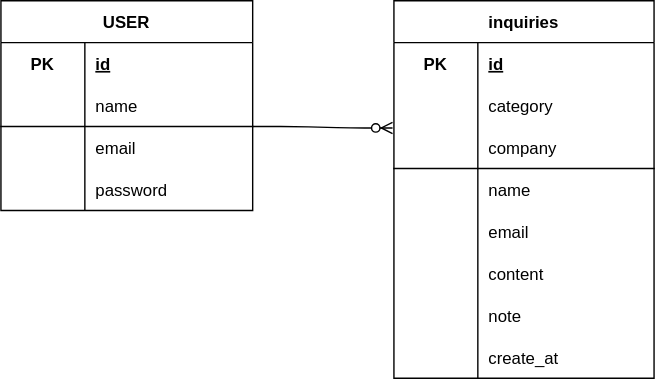
Before: ER.drawio.svg, a diagram exported from draw.io (uchida1010/mail-sending-system). Source tidied: cells renumbered, new cells last; positions are measured from the earlier drawing's top-left corner, leaving out a move shared by most shapes. The source it was exported from:
```xml
<mxGraphModel>
  <root>
    <mxCell id="0" />
    <mxCell id="1" parent="0" />
    <mxCell id="2" value="USER" style="shape=table;startSize=30;rowLines=0;fontStyle=1;align=center;" parent="1" vertex="1">
      <mxGeometry width="180" height="150" as="geometry" />
    </mxCell>
    <mxCell id="3" style="shape=tableRow;horizontal=0;startSize=0;swimlaneHead=0;swimlaneBody=0;fillColor=none;top=0;left=0;right=0;bottom=0;" parent="2" vertex="1">
      <mxGeometry y="30" width="180" height="30" as="geometry" />
    </mxCell>
    <mxCell id="4" value="PK" style="shape=partialRectangle;fillColor=none;top=0;left=0;bottom=0;right=0;fontStyle=1;overflow=hidden;" parent="3" vertex="1">
      <mxGeometry width="60" height="30" as="geometry" />
    </mxCell>
    <mxCell id="5" value="id" style="shape=partialRectangle;fillColor=none;top=0;left=0;bottom=0;right=0;align=left;spacingLeft=6;fontStyle=5;overflow=hidden;" parent="3" vertex="1">
      <mxGeometry x="60" width="120" height="30" as="geometry" />
    </mxCell>
    <mxCell id="6" style="shape=tableRow;horizontal=0;startSize=0;swimlaneHead=0;swimlaneBody=0;fillColor=none;top=0;left=0;right=0;bottom=1;" parent="2" vertex="1">
      <mxGeometry y="60" width="180" height="30" as="geometry" />
    </mxCell>
    <mxCell id="7" style="shape=partialRectangle;fillColor=none;top=0;left=0;bottom=0;right=0;fontStyle=1;overflow=hidden;fontColor=default;" parent="6" vertex="1">
      <mxGeometry width="60" height="30" as="geometry" />
    </mxCell>
    <mxCell id="8" value="name" style="shape=partialRectangle;fillColor=none;top=0;left=0;bottom=0;right=0;align=left;spacingLeft=6;fontStyle=0;overflow=hidden;strokeColor=default;" parent="6" vertex="1">
      <mxGeometry x="60" width="120" height="30" as="geometry" />
    </mxCell>
    <mxCell id="9" style="shape=tableRow;horizontal=0;startSize=0;swimlaneHead=0;swimlaneBody=0;fillColor=none;top=0;left=0;right=0;bottom=0;" parent="2" vertex="1">
      <mxGeometry y="90" width="180" height="30" as="geometry" />
    </mxCell>
    <mxCell id="10" style="shape=partialRectangle;fillColor=none;top=0;left=0;bottom=0;right=0;overflow=hidden;" parent="9" vertex="1">
      <mxGeometry width="60" height="30" as="geometry" />
    </mxCell>
    <mxCell id="11" value="email" style="shape=partialRectangle;fillColor=none;top=0;left=0;bottom=0;right=0;align=left;spacingLeft=6;overflow=hidden;" parent="9" vertex="1">
      <mxGeometry x="60" width="120" height="30" as="geometry" />
    </mxCell>
    <mxCell id="12" style="shape=tableRow;horizontal=0;startSize=0;swimlaneHead=0;swimlaneBody=0;fillColor=none;top=0;left=0;right=0;bottom=0;" parent="2" vertex="1">
      <mxGeometry y="120" width="180" height="30" as="geometry" />
    </mxCell>
    <mxCell id="13" style="shape=partialRectangle;fillColor=none;top=0;left=0;bottom=0;right=0;overflow=hidden;" parent="12" vertex="1">
      <mxGeometry width="60" height="30" as="geometry" />
    </mxCell>
    <mxCell id="14" value="password" style="shape=partialRectangle;fillColor=none;top=0;left=0;bottom=0;right=0;align=left;spacingLeft=6;overflow=hidden;" parent="12" vertex="1">
      <mxGeometry x="60" width="120" height="30" as="geometry" />
    </mxCell>
    <mxCell id="15" style="edgeStyle=entityRelationEdgeStyle;fontSize=12;html=1;endArrow=ERzeroToMany;endFill=1;fontColor=default;" parent="1" edge="1">
      <mxGeometry relative="1" as="geometry">
        <mxPoint x="180" y="90" as="sourcePoint" />
        <mxPoint x="280" y="91" as="targetPoint" />
      </mxGeometry>
    </mxCell>
    <mxCell id="16" value="inquiries" style="shape=table;startSize=30;rowLines=0;fontStyle=1;align=center;" parent="1" vertex="1">
      <mxGeometry x="281" width="186" height="270" as="geometry" />
    </mxCell>
    <mxCell id="17" style="shape=tableRow;horizontal=0;startSize=0;swimlaneHead=0;swimlaneBody=0;fillColor=none;top=0;left=0;right=0;bottom=0;" parent="16" vertex="1">
      <mxGeometry y="30" width="186" height="30" as="geometry" />
    </mxCell>
    <mxCell id="18" value="PK" style="shape=partialRectangle;fillColor=none;top=0;left=0;bottom=0;right=0;fontStyle=1;overflow=hidden;" parent="17" vertex="1">
      <mxGeometry width="60" height="30" as="geometry" />
    </mxCell>
    <mxCell id="19" value="id" style="shape=partialRectangle;fillColor=none;top=0;left=0;bottom=0;right=0;align=left;spacingLeft=6;fontStyle=5;overflow=hidden;" parent="17" vertex="1">
      <mxGeometry x="60" width="126" height="30" as="geometry" />
    </mxCell>
    <mxCell id="20" style="shape=tableRow;horizontal=0;startSize=0;swimlaneHead=0;swimlaneBody=0;fillColor=none;top=0;left=0;right=0;bottom=0;" parent="16" vertex="1">
      <mxGeometry y="60" width="186" height="30" as="geometry" />
    </mxCell>
    <mxCell id="21" style="shape=partialRectangle;fillColor=none;top=0;left=0;bottom=0;right=0;fontStyle=1;overflow=hidden;" parent="20" vertex="1">
      <mxGeometry width="60" height="30" as="geometry" />
    </mxCell>
    <mxCell id="22" value="category" style="shape=partialRectangle;fillColor=none;top=0;left=0;bottom=0;right=0;align=left;spacingLeft=6;fontStyle=0;overflow=hidden;" parent="20" vertex="1">
      <mxGeometry x="60" width="126" height="30" as="geometry" />
    </mxCell>
    <mxCell id="23" style="shape=tableRow;horizontal=0;startSize=0;swimlaneHead=0;swimlaneBody=0;fillColor=none;top=0;left=0;right=0;bottom=1;" parent="16" vertex="1">
      <mxGeometry y="90" width="186" height="30" as="geometry" />
    </mxCell>
    <mxCell id="24" style="shape=partialRectangle;fillColor=none;top=0;left=0;bottom=0;right=0;fontStyle=1;overflow=hidden;fontColor=default;" parent="23" vertex="1">
      <mxGeometry width="60" height="30" as="geometry" />
    </mxCell>
    <mxCell id="25" value="company" style="shape=partialRectangle;fillColor=none;top=0;left=0;bottom=0;right=0;align=left;spacingLeft=6;fontStyle=0;overflow=hidden;strokeColor=default;" parent="23" vertex="1">
      <mxGeometry x="60" width="126" height="30" as="geometry" />
    </mxCell>
    <mxCell id="26" style="shape=tableRow;horizontal=0;startSize=0;swimlaneHead=0;swimlaneBody=0;fillColor=none;top=0;left=0;right=0;bottom=0;" parent="16" vertex="1">
      <mxGeometry y="120" width="186" height="30" as="geometry" />
    </mxCell>
    <mxCell id="27" style="shape=partialRectangle;fillColor=none;top=0;left=0;bottom=0;right=0;overflow=hidden;" parent="26" vertex="1">
      <mxGeometry width="60" height="30" as="geometry" />
    </mxCell>
    <mxCell id="28" value="name" style="shape=partialRectangle;fillColor=none;top=0;left=0;bottom=0;right=0;align=left;spacingLeft=6;overflow=hidden;" parent="26" vertex="1">
      <mxGeometry x="60" width="126" height="30" as="geometry" />
    </mxCell>
    <mxCell id="29" style="shape=tableRow;horizontal=0;startSize=0;swimlaneHead=0;swimlaneBody=0;fillColor=none;top=0;left=0;right=0;bottom=0;" parent="16" vertex="1">
      <mxGeometry y="150" width="186" height="30" as="geometry" />
    </mxCell>
    <mxCell id="30" style="shape=partialRectangle;fillColor=none;top=0;left=0;bottom=0;right=0;overflow=hidden;" parent="29" vertex="1">
      <mxGeometry width="60" height="30" as="geometry" />
    </mxCell>
    <mxCell id="31" value="email" style="shape=partialRectangle;fillColor=none;top=0;left=0;bottom=0;right=0;align=left;spacingLeft=6;overflow=hidden;" parent="29" vertex="1">
      <mxGeometry x="60" width="126" height="30" as="geometry" />
    </mxCell>
    <mxCell id="32" style="shape=tableRow;horizontal=0;startSize=0;swimlaneHead=0;swimlaneBody=0;fillColor=none;top=0;left=0;right=0;bottom=0;" parent="16" vertex="1">
      <mxGeometry y="180" width="186" height="30" as="geometry" />
    </mxCell>
    <mxCell id="33" style="shape=partialRectangle;fillColor=none;top=0;left=0;bottom=0;right=0;overflow=hidden;" parent="32" vertex="1">
      <mxGeometry width="60" height="30" as="geometry" />
    </mxCell>
    <mxCell id="34" value="content" style="shape=partialRectangle;fillColor=none;top=0;left=0;bottom=0;right=0;align=left;spacingLeft=6;overflow=hidden;" parent="32" vertex="1">
      <mxGeometry x="60" width="126" height="30" as="geometry" />
    </mxCell>
    <mxCell id="35" style="shape=tableRow;horizontal=0;startSize=0;swimlaneHead=0;swimlaneBody=0;fillColor=none;top=0;left=0;right=0;bottom=0;" parent="16" vertex="1">
      <mxGeometry y="210" width="186" height="30" as="geometry" />
    </mxCell>
    <mxCell id="36" style="shape=partialRectangle;fillColor=none;top=0;left=0;bottom=0;right=0;overflow=hidden;" parent="35" vertex="1">
      <mxGeometry width="60" height="30" as="geometry" />
    </mxCell>
    <mxCell id="37" value="note" style="shape=partialRectangle;fillColor=none;top=0;left=0;bottom=0;right=0;align=left;spacingLeft=6;overflow=hidden;" parent="35" vertex="1">
      <mxGeometry x="60" width="126" height="30" as="geometry" />
    </mxCell>
    <mxCell id="38" style="shape=tableRow;horizontal=0;startSize=0;swimlaneHead=0;swimlaneBody=0;fillColor=none;top=0;left=0;right=0;bottom=0;" parent="16" vertex="1">
      <mxGeometry y="240" width="186" height="30" as="geometry" />
    </mxCell>
    <mxCell id="39" style="shape=partialRectangle;fillColor=none;top=0;left=0;bottom=0;right=0;overflow=hidden;" parent="38" vertex="1">
      <mxGeometry width="60" height="30" as="geometry" />
    </mxCell>
    <mxCell id="40" value="create_at" style="shape=partialRectangle;fillColor=none;top=0;left=0;bottom=0;right=0;align=left;spacingLeft=6;overflow=hidden;" parent="38" vertex="1">
      <mxGeometry x="60" width="126" height="30" as="geometry" />
    </mxCell>
  </root>
</mxGraphModel>
```
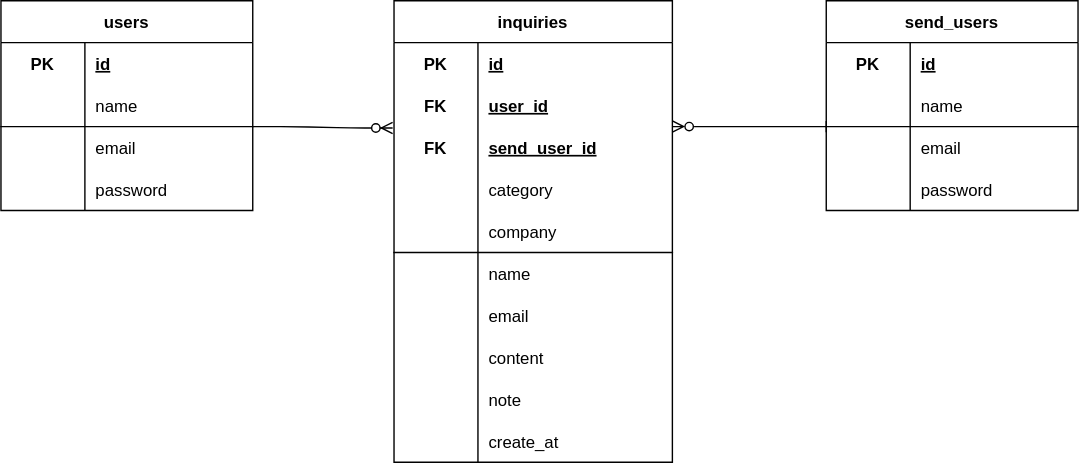
The same diagram one commit later.

Change to the diagram source:
```diff
@@ -2,7 +2,7 @@
   <root>
     <mxCell id="0" />
     <mxCell id="1" parent="0" />
-    <mxCell id="2" value="USER" style="shape=table;startSize=30;rowLines=0;fontStyle=1;align=center;" parent="1" vertex="1">
+    <mxCell id="2" value="users" style="shape=table;startSize=30;rowLines=0;fontStyle=1;align=center;" parent="1" vertex="1">
       <mxGeometry width="180" height="150" as="geometry" />
     </mxCell>
     <mxCell id="3" style="shape=tableRow;horizontal=0;startSize=0;swimlaneHead=0;swimlaneBody=0;fillColor=none;top=0;left=0;right=0;bottom=0;" parent="2" vertex="1">
@@ -48,79 +48,142 @@
       </mxGeometry>
     </mxCell>
     <mxCell id="16" value="inquiries" style="shape=table;startSize=30;rowLines=0;fontStyle=1;align=center;" parent="1" vertex="1">
-      <mxGeometry x="281" width="186" height="270" as="geometry" />
+      <mxGeometry x="281" width="199" height="330" as="geometry" />
     </mxCell>
     <mxCell id="17" style="shape=tableRow;horizontal=0;startSize=0;swimlaneHead=0;swimlaneBody=0;fillColor=none;top=0;left=0;right=0;bottom=0;" parent="16" vertex="1">
-      <mxGeometry y="30" width="186" height="30" as="geometry" />
+      <mxGeometry y="30" width="199" height="30" as="geometry" />
     </mxCell>
     <mxCell id="18" value="PK" style="shape=partialRectangle;fillColor=none;top=0;left=0;bottom=0;right=0;fontStyle=1;overflow=hidden;" parent="17" vertex="1">
       <mxGeometry width="60" height="30" as="geometry" />
     </mxCell>
     <mxCell id="19" value="id" style="shape=partialRectangle;fillColor=none;top=0;left=0;bottom=0;right=0;align=left;spacingLeft=6;fontStyle=5;overflow=hidden;" parent="17" vertex="1">
-      <mxGeometry x="60" width="126" height="30" as="geometry" />
+      <mxGeometry x="60" width="139" height="30" as="geometry" />
     </mxCell>
+    <mxCell id="41" style="shape=tableRow;horizontal=0;startSize=0;swimlaneHead=0;swimlaneBody=0;fillColor=none;top=0;left=0;right=0;bottom=0;" parent="16" vertex="1">
+      <mxGeometry y="60" width="199" height="30" as="geometry" />
+    </mxCell>
+    <mxCell id="42" value="FK" style="shape=partialRectangle;fillColor=none;top=0;left=0;bottom=0;right=0;fontStyle=1;overflow=hidden;" parent="41" vertex="1">
+      <mxGeometry width="60" height="30" as="geometry" />
+    </mxCell>
+    <mxCell id="43" value="user_id" style="shape=partialRectangle;fillColor=none;top=0;left=0;bottom=0;right=0;align=left;spacingLeft=6;fontStyle=5;overflow=hidden;" parent="41" vertex="1">
+      <mxGeometry x="60" width="139" height="30" as="geometry" />
+    </mxCell>
+    <mxCell id="44" style="shape=tableRow;horizontal=0;startSize=0;swimlaneHead=0;swimlaneBody=0;fillColor=none;top=0;left=0;right=0;bottom=0;" parent="16" vertex="1">
+      <mxGeometry y="90" width="199" height="30" as="geometry" />
+    </mxCell>
+    <mxCell id="45" value="FK" style="shape=partialRectangle;fillColor=none;top=0;left=0;bottom=0;right=0;fontStyle=1;overflow=hidden;" parent="44" vertex="1">
+      <mxGeometry width="60" height="30" as="geometry" />
+    </mxCell>
+    <mxCell id="46" value="send_user_id" style="shape=partialRectangle;fillColor=none;top=0;left=0;bottom=0;right=0;align=left;spacingLeft=6;fontStyle=5;overflow=hidden;" parent="44" vertex="1">
+      <mxGeometry x="60" width="139" height="30" as="geometry" />
+    </mxCell>
     <mxCell id="20" style="shape=tableRow;horizontal=0;startSize=0;swimlaneHead=0;swimlaneBody=0;fillColor=none;top=0;left=0;right=0;bottom=0;" parent="16" vertex="1">
-      <mxGeometry y="60" width="186" height="30" as="geometry" />
+      <mxGeometry y="120" width="199" height="30" as="geometry" />
     </mxCell>
     <mxCell id="21" style="shape=partialRectangle;fillColor=none;top=0;left=0;bottom=0;right=0;fontStyle=1;overflow=hidden;" parent="20" vertex="1">
       <mxGeometry width="60" height="30" as="geometry" />
     </mxCell>
     <mxCell id="22" value="category" style="shape=partialRectangle;fillColor=none;top=0;left=0;bottom=0;right=0;align=left;spacingLeft=6;fontStyle=0;overflow=hidden;" parent="20" vertex="1">
-      <mxGeometry x="60" width="126" height="30" as="geometry" />
+      <mxGeometry x="60" width="139" height="30" as="geometry" />
     </mxCell>
     <mxCell id="23" style="shape=tableRow;horizontal=0;startSize=0;swimlaneHead=0;swimlaneBody=0;fillColor=none;top=0;left=0;right=0;bottom=1;" parent="16" vertex="1">
-      <mxGeometry y="90" width="186" height="30" as="geometry" />
+      <mxGeometry y="150" width="199" height="30" as="geometry" />
     </mxCell>
     <mxCell id="24" style="shape=partialRectangle;fillColor=none;top=0;left=0;bottom=0;right=0;fontStyle=1;overflow=hidden;fontColor=default;" parent="23" vertex="1">
       <mxGeometry width="60" height="30" as="geometry" />
     </mxCell>
     <mxCell id="25" value="company" style="shape=partialRectangle;fillColor=none;top=0;left=0;bottom=0;right=0;align=left;spacingLeft=6;fontStyle=0;overflow=hidden;strokeColor=default;" parent="23" vertex="1">
-      <mxGeometry x="60" width="126" height="30" as="geometry" />
+      <mxGeometry x="60" width="139" height="30" as="geometry" />
     </mxCell>
     <mxCell id="26" style="shape=tableRow;horizontal=0;startSize=0;swimlaneHead=0;swimlaneBody=0;fillColor=none;top=0;left=0;right=0;bottom=0;" parent="16" vertex="1">
-      <mxGeometry y="120" width="186" height="30" as="geometry" />
+      <mxGeometry y="180" width="199" height="30" as="geometry" />
     </mxCell>
     <mxCell id="27" style="shape=partialRectangle;fillColor=none;top=0;left=0;bottom=0;right=0;overflow=hidden;" parent="26" vertex="1">
       <mxGeometry width="60" height="30" as="geometry" />
     </mxCell>
     <mxCell id="28" value="name" style="shape=partialRectangle;fillColor=none;top=0;left=0;bottom=0;right=0;align=left;spacingLeft=6;overflow=hidden;" parent="26" vertex="1">
-      <mxGeometry x="60" width="126" height="30" as="geometry" />
+      <mxGeometry x="60" width="139" height="30" as="geometry" />
     </mxCell>
     <mxCell id="29" style="shape=tableRow;horizontal=0;startSize=0;swimlaneHead=0;swimlaneBody=0;fillColor=none;top=0;left=0;right=0;bottom=0;" parent="16" vertex="1">
-      <mxGeometry y="150" width="186" height="30" as="geometry" />
+      <mxGeometry y="210" width="199" height="30" as="geometry" />
     </mxCell>
     <mxCell id="30" style="shape=partialRectangle;fillColor=none;top=0;left=0;bottom=0;right=0;overflow=hidden;" parent="29" vertex="1">
       <mxGeometry width="60" height="30" as="geometry" />
     </mxCell>
     <mxCell id="31" value="email" style="shape=partialRectangle;fillColor=none;top=0;left=0;bottom=0;right=0;align=left;spacingLeft=6;overflow=hidden;" parent="29" vertex="1">
-      <mxGeometry x="60" width="126" height="30" as="geometry" />
+      <mxGeometry x="60" width="139" height="30" as="geometry" />
     </mxCell>
     <mxCell id="32" style="shape=tableRow;horizontal=0;startSize=0;swimlaneHead=0;swimlaneBody=0;fillColor=none;top=0;left=0;right=0;bottom=0;" parent="16" vertex="1">
-      <mxGeometry y="180" width="186" height="30" as="geometry" />
+      <mxGeometry y="240" width="199" height="30" as="geometry" />
     </mxCell>
     <mxCell id="33" style="shape=partialRectangle;fillColor=none;top=0;left=0;bottom=0;right=0;overflow=hidden;" parent="32" vertex="1">
       <mxGeometry width="60" height="30" as="geometry" />
     </mxCell>
     <mxCell id="34" value="content" style="shape=partialRectangle;fillColor=none;top=0;left=0;bottom=0;right=0;align=left;spacingLeft=6;overflow=hidden;" parent="32" vertex="1">
-      <mxGeometry x="60" width="126" height="30" as="geometry" />
+      <mxGeometry x="60" width="139" height="30" as="geometry" />
     </mxCell>
     <mxCell id="35" style="shape=tableRow;horizontal=0;startSize=0;swimlaneHead=0;swimlaneBody=0;fillColor=none;top=0;left=0;right=0;bottom=0;" parent="16" vertex="1">
-      <mxGeometry y="210" width="186" height="30" as="geometry" />
+      <mxGeometry y="270" width="199" height="30" as="geometry" />
     </mxCell>
     <mxCell id="36" style="shape=partialRectangle;fillColor=none;top=0;left=0;bottom=0;right=0;overflow=hidden;" parent="35" vertex="1">
       <mxGeometry width="60" height="30" as="geometry" />
     </mxCell>
     <mxCell id="37" value="note" style="shape=partialRectangle;fillColor=none;top=0;left=0;bottom=0;right=0;align=left;spacingLeft=6;overflow=hidden;" parent="35" vertex="1">
-      <mxGeometry x="60" width="126" height="30" as="geometry" />
+      <mxGeometry x="60" width="139" height="30" as="geometry" />
     </mxCell>
     <mxCell id="38" style="shape=tableRow;horizontal=0;startSize=0;swimlaneHead=0;swimlaneBody=0;fillColor=none;top=0;left=0;right=0;bottom=0;" parent="16" vertex="1">
-      <mxGeometry y="240" width="186" height="30" as="geometry" />
+      <mxGeometry y="300" width="199" height="30" as="geometry" />
     </mxCell>
     <mxCell id="39" style="shape=partialRectangle;fillColor=none;top=0;left=0;bottom=0;right=0;overflow=hidden;" parent="38" vertex="1">
       <mxGeometry width="60" height="30" as="geometry" />
     </mxCell>
     <mxCell id="40" value="create_at" style="shape=partialRectangle;fillColor=none;top=0;left=0;bottom=0;right=0;align=left;spacingLeft=6;overflow=hidden;" parent="38" vertex="1">
-      <mxGeometry x="60" width="126" height="30" as="geometry" />
+      <mxGeometry x="60" width="139" height="30" as="geometry" />
     </mxCell>
+    <mxCell id="47" value="send_users" style="shape=table;startSize=30;rowLines=0;fontStyle=1;align=center;" parent="1" vertex="1">
+      <mxGeometry x="590" width="180" height="150" as="geometry" />
+    </mxCell>
+    <mxCell id="48" style="shape=tableRow;horizontal=0;startSize=0;swimlaneHead=0;swimlaneBody=0;fillColor=none;top=0;left=0;right=0;bottom=0;" parent="47" vertex="1">
+      <mxGeometry y="30" width="180" height="30" as="geometry" />
+    </mxCell>
+    <mxCell id="49" value="PK" style="shape=partialRectangle;fillColor=none;top=0;left=0;bottom=0;right=0;fontStyle=1;overflow=hidden;" parent="48" vertex="1">
+      <mxGeometry width="60" height="30" as="geometry" />
+    </mxCell>
+    <mxCell id="50" value="id" style="shape=partialRectangle;fillColor=none;top=0;left=0;bottom=0;right=0;align=left;spacingLeft=6;fontStyle=5;overflow=hidden;" parent="48" vertex="1">
+      <mxGeometry x="60" width="120" height="30" as="geometry" />
+    </mxCell>
+    <mxCell id="51" style="shape=tableRow;horizontal=0;startSize=0;swimlaneHead=0;swimlaneBody=0;fillColor=none;top=0;left=0;right=0;bottom=1;" parent="47" vertex="1">
+      <mxGeometry y="60" width="180" height="30" as="geometry" />
+    </mxCell>
+    <mxCell id="52" style="shape=partialRectangle;fillColor=none;top=0;left=0;bottom=0;right=0;fontStyle=1;overflow=hidden;fontColor=default;" parent="51" vertex="1">
+      <mxGeometry width="60" height="30" as="geometry" />
+    </mxCell>
+    <mxCell id="53" value="name" style="shape=partialRectangle;fillColor=none;top=0;left=0;bottom=0;right=0;align=left;spacingLeft=6;fontStyle=0;overflow=hidden;strokeColor=default;" parent="51" vertex="1">
+      <mxGeometry x="60" width="120" height="30" as="geometry" />
+    </mxCell>
+    <mxCell id="54" style="shape=tableRow;horizontal=0;startSize=0;swimlaneHead=0;swimlaneBody=0;fillColor=none;top=0;left=0;right=0;bottom=0;" parent="47" vertex="1">
+      <mxGeometry y="90" width="180" height="30" as="geometry" />
+    </mxCell>
+    <mxCell id="55" style="shape=partialRectangle;fillColor=none;top=0;left=0;bottom=0;right=0;overflow=hidden;" parent="54" vertex="1">
+      <mxGeometry width="60" height="30" as="geometry" />
+    </mxCell>
+    <mxCell id="56" value="email" style="shape=partialRectangle;fillColor=none;top=0;left=0;bottom=0;right=0;align=left;spacingLeft=6;overflow=hidden;" parent="54" vertex="1">
+      <mxGeometry x="60" width="120" height="30" as="geometry" />
+    </mxCell>
+    <mxCell id="57" style="shape=tableRow;horizontal=0;startSize=0;swimlaneHead=0;swimlaneBody=0;fillColor=none;top=0;left=0;right=0;bottom=0;" parent="47" vertex="1">
+      <mxGeometry y="120" width="180" height="30" as="geometry" />
+    </mxCell>
+    <mxCell id="58" style="shape=partialRectangle;fillColor=none;top=0;left=0;bottom=0;right=0;overflow=hidden;" parent="57" vertex="1">
+      <mxGeometry width="60" height="30" as="geometry" />
+    </mxCell>
+    <mxCell id="59" value="password" style="shape=partialRectangle;fillColor=none;top=0;left=0;bottom=0;right=0;align=left;spacingLeft=6;overflow=hidden;" parent="57" vertex="1">
+      <mxGeometry x="60" width="120" height="30" as="geometry" />
+    </mxCell>
+    <mxCell id="60" style="edgeStyle=entityRelationEdgeStyle;fontSize=12;html=1;endArrow=baseDash;endFill=0;fontColor=default;startArrow=ERzeroToMany;startFill=0;" parent="1" edge="1">
+      <mxGeometry relative="1" as="geometry">
+        <mxPoint x="480" y="90" as="sourcePoint" />
+        <mxPoint x="590" y="90" as="targetPoint" />
+      </mxGeometry>
+    </mxCell>
   </root>
 </mxGraphModel>
```
